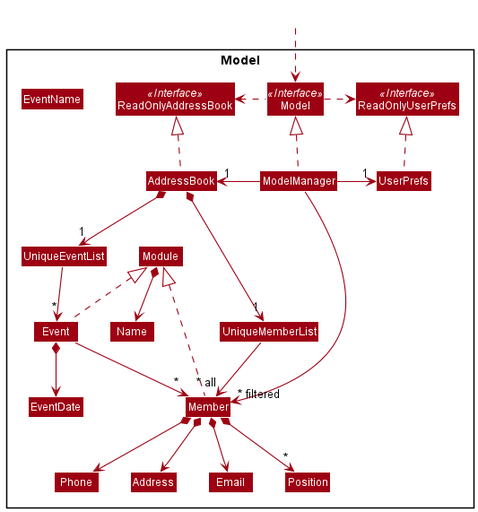
Earlier version of the PlantUML export docs/images/ModelClassDiagram.png (nus-cs2103-AY2122S1/tp). Its source is kept beside it as docs/diagrams/ModelClassDiagram.puml.
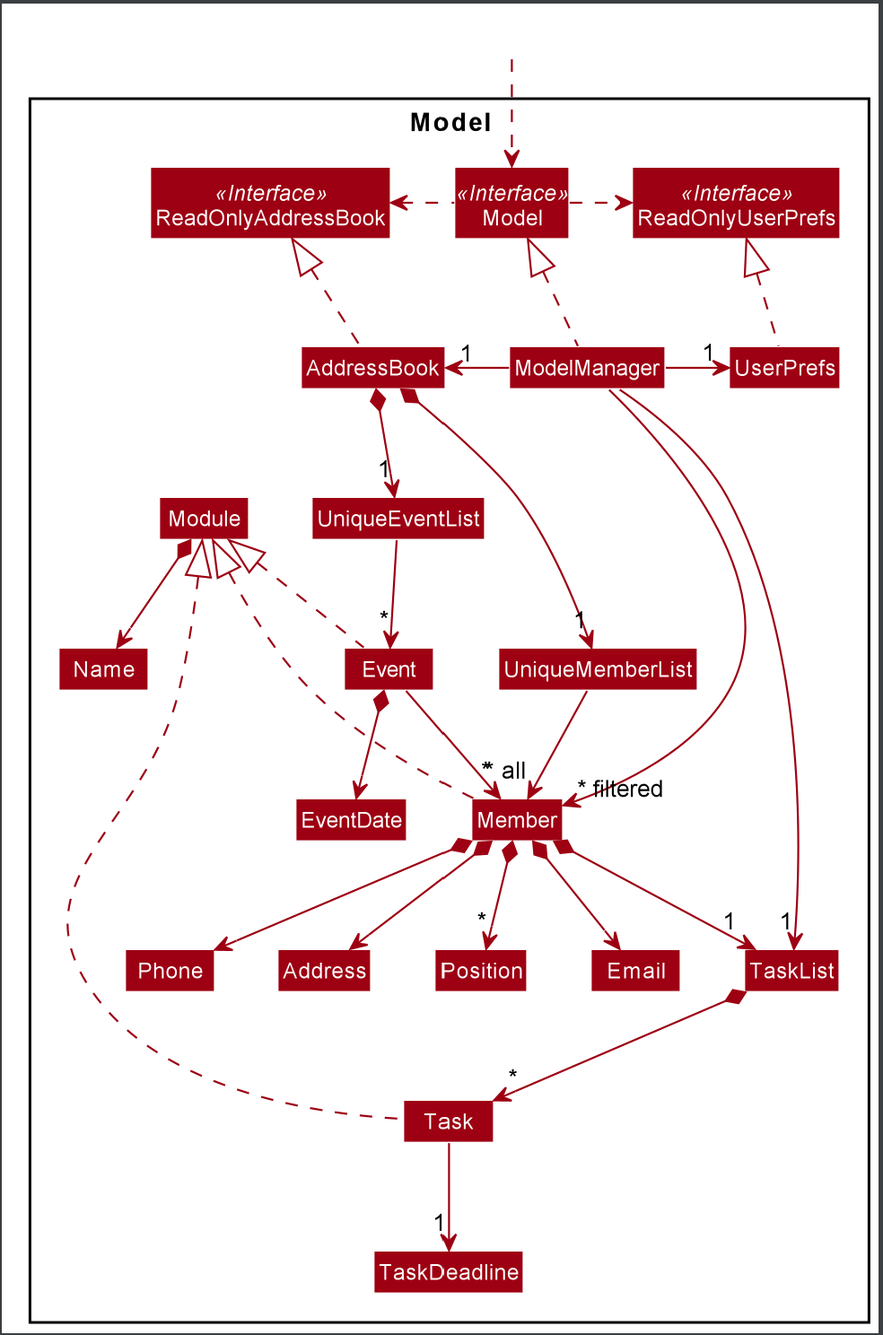
After the change.

Change to the diagram source:
```diff
@@ -26,7 +26,6 @@
 
 Class UniqueEventList
 Class Event
-Class EventName
 Class EventDate
 
 Class TaskList
@@ -46,7 +45,7 @@
 ModelManager --left-> "1" AddressBook
 ModelManager -right-> "1" UserPrefs
 UserPrefs .up.|> ReadOnlyUserPrefs
-ModelManager -> "1\n manager" TaskList
+ModelManager -> "1" TaskList
 
 AddressBook *--> "1" UniqueMemberList
 UniqueMemberList --> "~* all" Member
```
